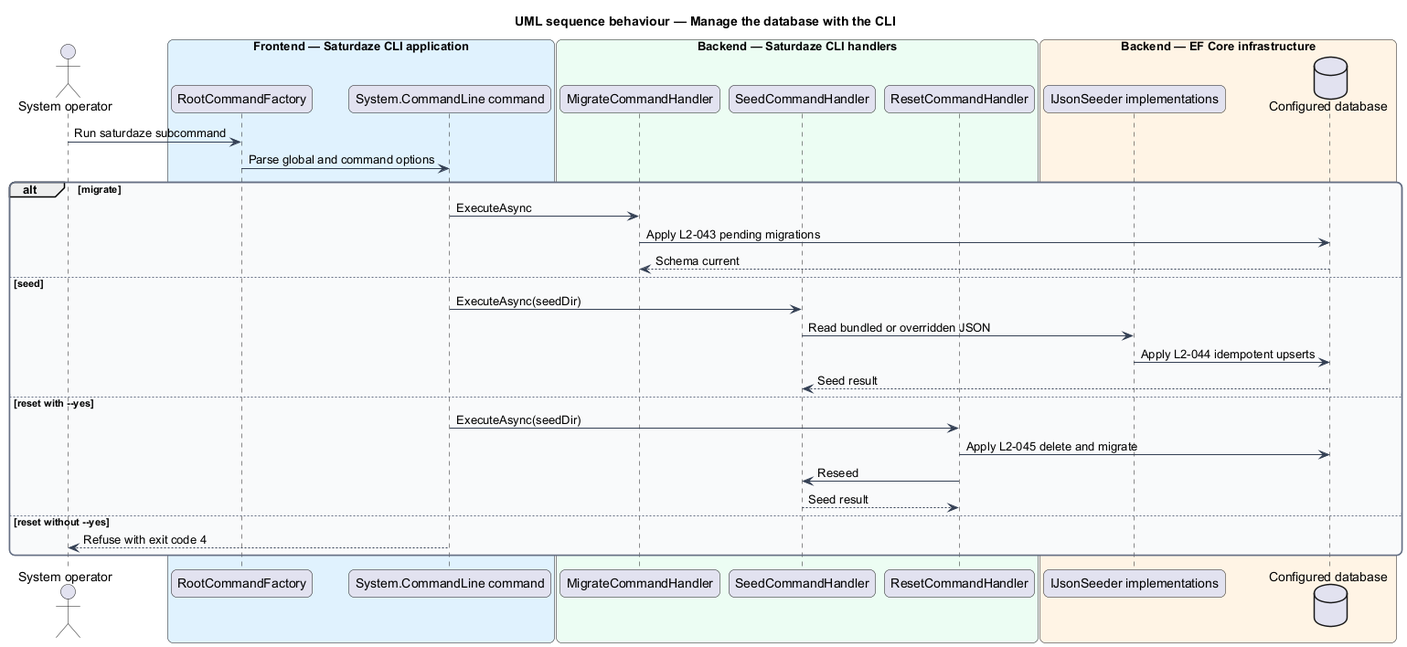
Above: docs/detailed-designs/administration/manage-database-with-cli/diagrams/sequence-database-cli.png in QuinntyneBrown/saturdaze (PlantUML), before the change.
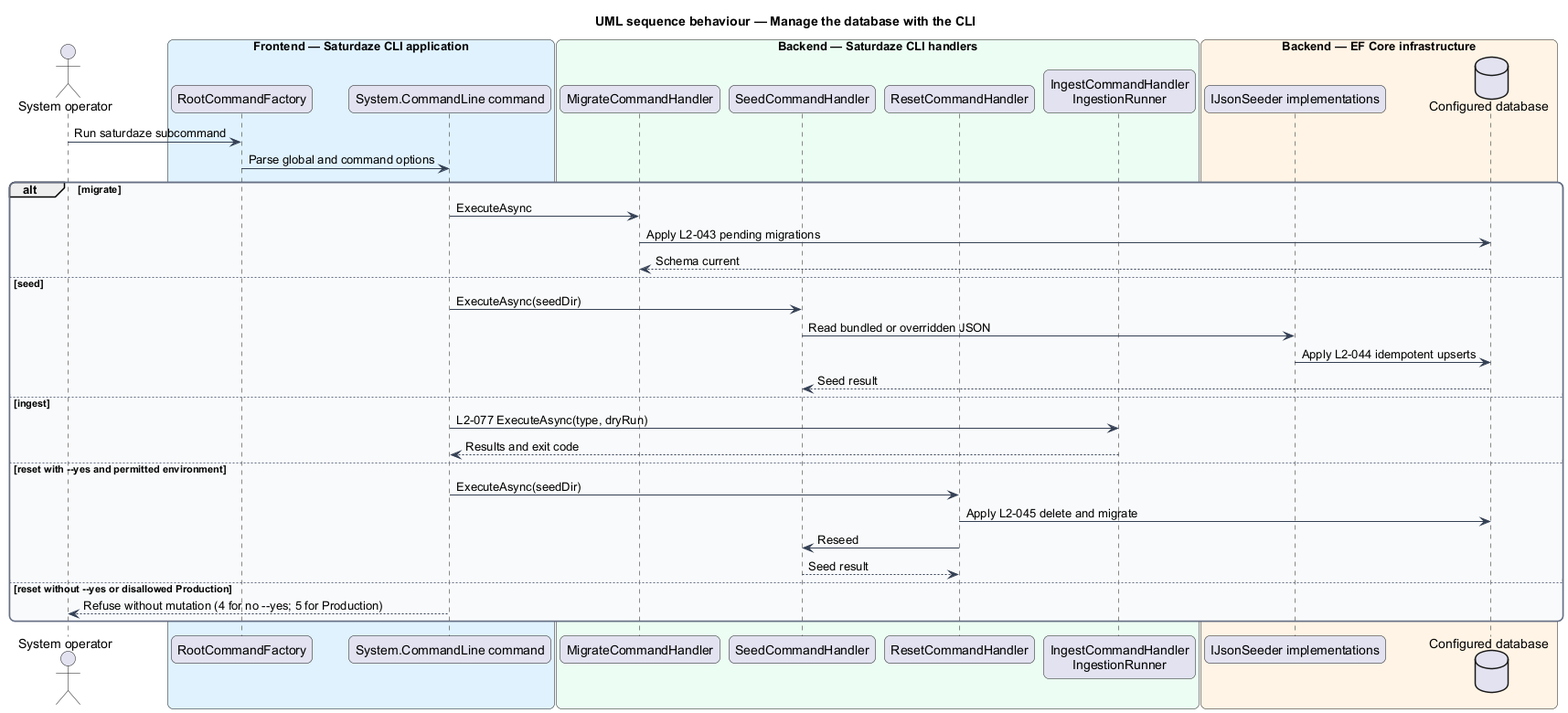
After the change.

Diff of the diagram source:
```diff
@@ -23,6 +23,7 @@
   participant "MigrateCommandHandler" as migrate
   participant "SeedCommandHandler" as seed
   participant "ResetCommandHandler" as reset
+  participant "IngestCommandHandler\nIngestionRunner" as ingest
 end box
 box "Backend — EF Core infrastructure" #FFF4E5
   participant "IJsonSeeder implementations" as seeders
@@ -39,12 +40,15 @@
   seed -> seeders : Read bundled or overridden JSON
   seeders -> db : Apply L2-044 idempotent upserts
   db --> seed : Seed result
-else reset with --yes
+else ingest
+  command -> ingest : L2-077 ExecuteAsync(type, dryRun)
+  ingest --> command : Results and exit code
+else reset with --yes and permitted environment
   command -> reset : ExecuteAsync(seedDir)
   reset -> db : Apply L2-045 delete and migrate
   reset -> seed : Reseed
   seed --> reset : Seed result
-else reset without --yes
-  command --> operator : Refuse with exit code 4
+else reset without --yes or disallowed Production
+  command --> operator : Refuse without mutation (4 for no --yes; 5 for Production)
 end
 @enduml
```
